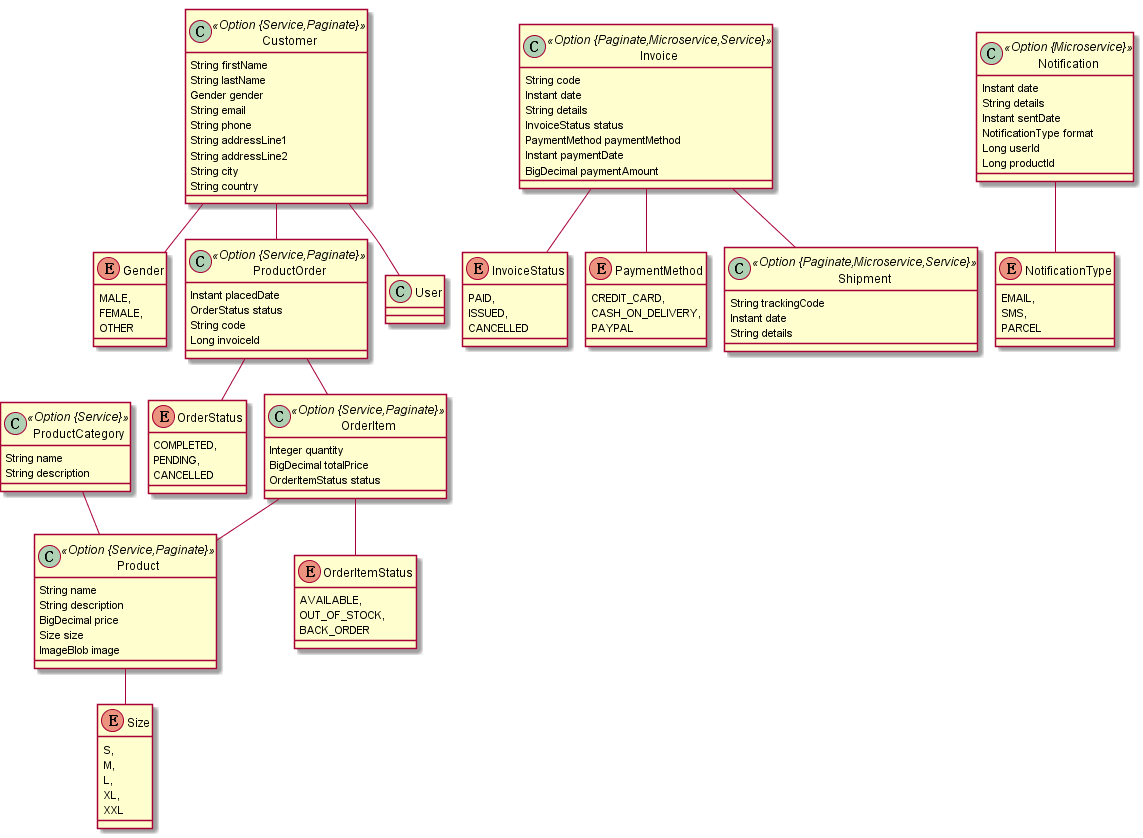
The PlantUML diagram models/demo.png in lsfoo/share-task, before a commit.
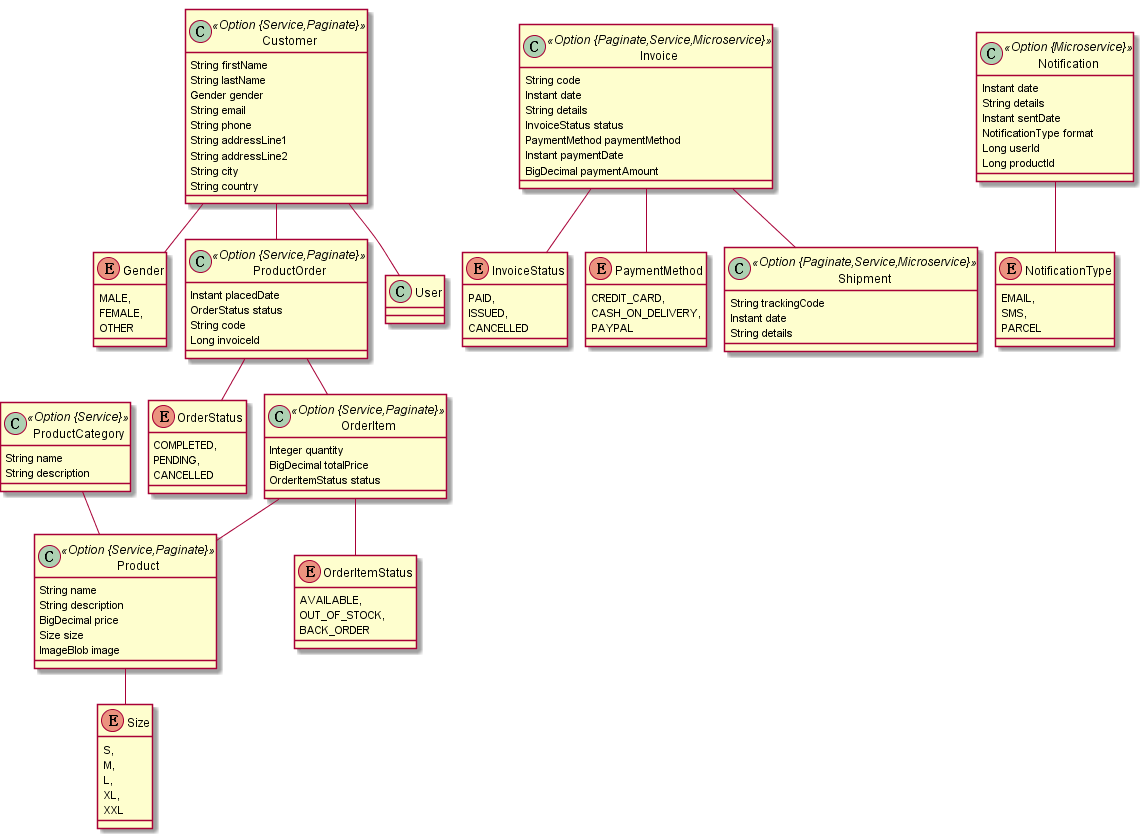
The same diagram one commit later.

The edit, as a diff of the source:
```diff
@@ -65,7 +65,7 @@
 	Customer  "order 0..1 " --o "customer(email)  1..* "  ProductOrder
 	ProductOrder  "orderItem 0..1 " --o "order(code)  1..* "  OrderItem
 	ProductCategory  "product 0..1 " --o "productCategory(name) 0..* "  Product
-	class Invoice <<Option {Paginate,Microservice,Service}>> {
+	class Invoice <<Option {Paginate,Service,Microservice}>> {
 		String code
 		Instant date
 		String details
@@ -81,7 +81,7 @@
 		ISSUED,
 		CANCELLED
 	}
-	class Shipment <<Option {Paginate,Microservice,Service}>> {
+	class Shipment <<Option {Paginate,Service,Microservice}>> {
 		String trackingCode
 		Instant date
 		String details
```
